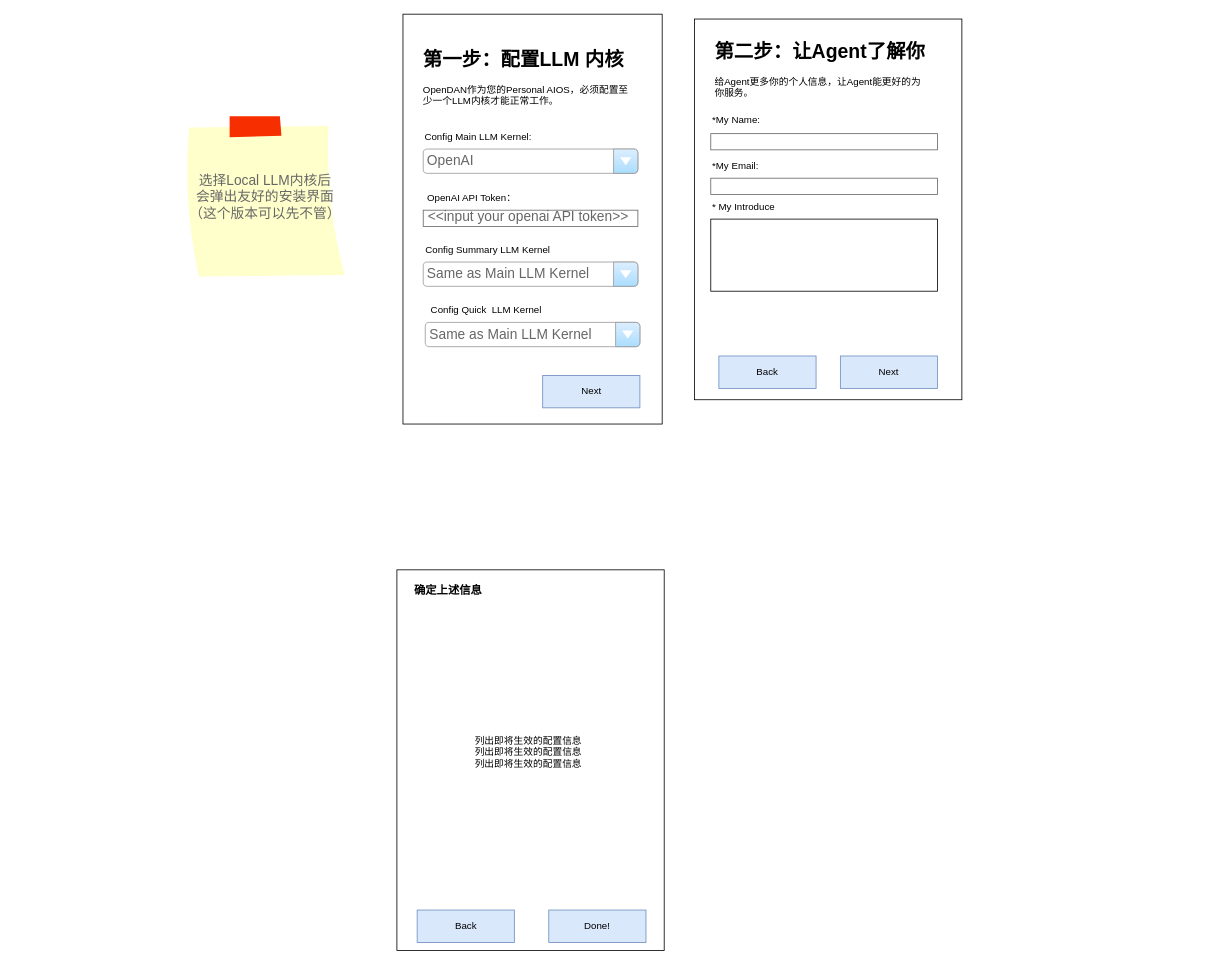
Earlier version of the draw.io diagram page "Active System" (2 of 10) of doc/webui.drawio (fiatrete/OpenDAN-Personal-AI-OS). Source tidied: cells renumbered, new cells numbered last; positions are measured from the earlier drawing's top-left corner, leaving out a move shared by most shapes. Both pictures are drawn from the tidied source at 81%, with x=0, y=0 at pixel (184, 14).
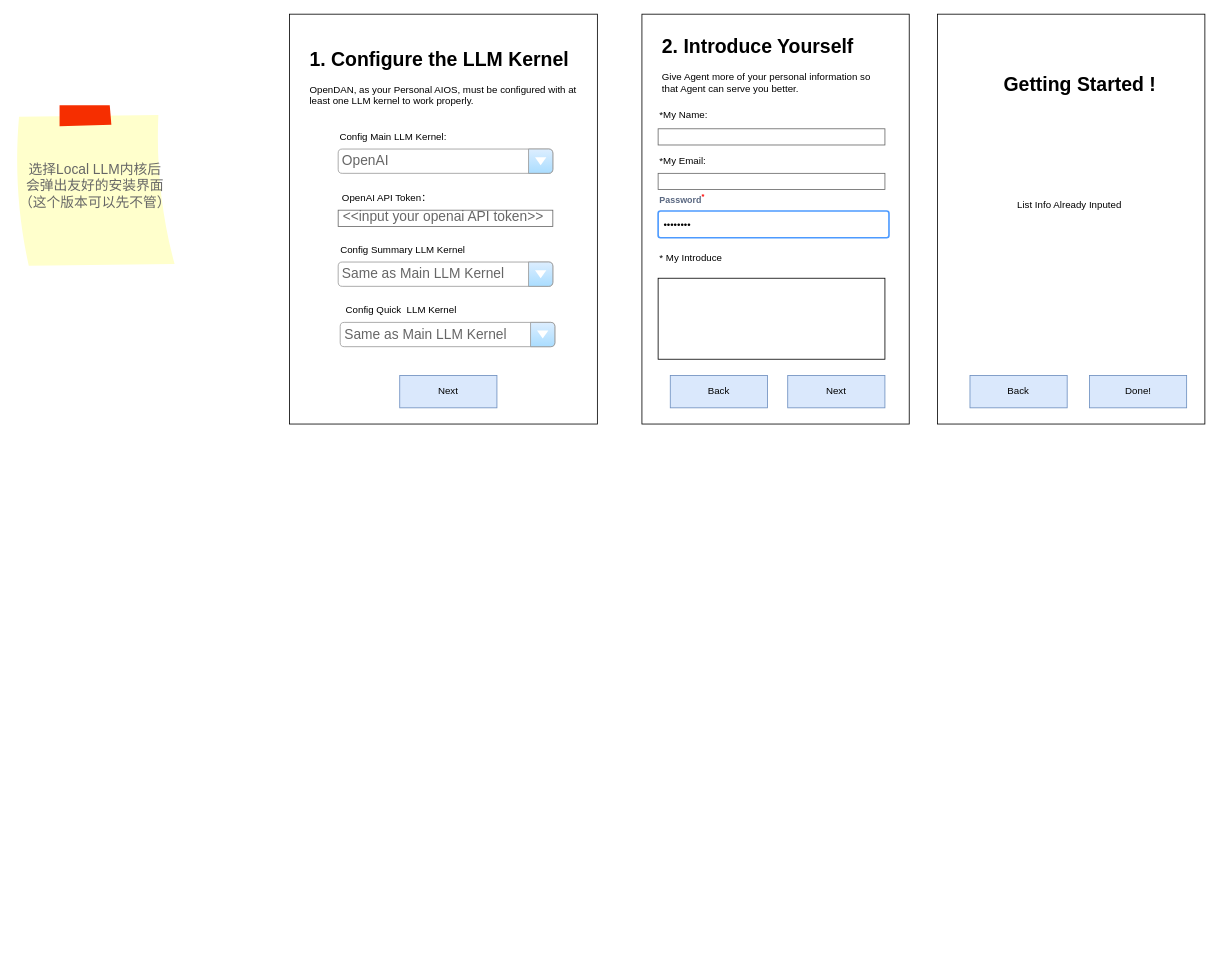
After the change.

Diff of the diagram source:
```diff
@@
     <mxCell id="2" style="rounded=0;whiteSpace=wrap;html=1;" parent="1" vertex="1">
-      <mxGeometry x="630" y="6" width="330" height="470" as="geometry" />
+      <mxGeometry x="565" width="330" height="506" as="geometry" />
     </mxCell>
     <mxCell id="3" value="*My Name:" style="text;html=1;strokeColor=none;fillColor=none;align=left;verticalAlign=middle;whiteSpace=wrap;rounded=0;" parent="1" vertex="1">
-      <mxGeometry x="650" y="116" width="120" height="30" as="geometry" />
+      <mxGeometry x="585" y="110" width="120" height="30" as="geometry" />
     </mxCell>
     <mxCell id="4" style="strokeWidth=1;shadow=0;dashed=0;align=center;html=1;shape=mxgraph.mockup.text.textBox;fontColor=#666666;align=left;fontSize=17;spacingLeft=4;spacingTop=-3;whiteSpace=wrap;strokeColor=#666666;mainText=;" parent="1" vertex="1">
-      <mxGeometry x="650" y="147.5" width="280" height="20" as="geometry" />
+      <mxGeometry x="585" y="141.5" width="280" height="20" as="geometry" />
     </mxCell>
     <mxCell id="5" value="*My Email:" style="text;html=1;strokeColor=none;fillColor=none;align=left;verticalAlign=middle;whiteSpace=wrap;rounded=0;" parent="1" vertex="1">
-      <mxGeometry x="650" y="172.5" width="120" height="30" as="geometry" />
+      <mxGeometry x="585" y="166.5" width="120" height="30" as="geometry" />
     </mxCell>
     <mxCell id="6" style="strokeWidth=1;shadow=0;dashed=0;align=center;html=1;shape=mxgraph.mockup.text.textBox;fontColor=#666666;align=left;fontSize=17;spacingLeft=4;spacingTop=-3;whiteSpace=wrap;strokeColor=#666666;mainText=;" parent="1" vertex="1">
-      <mxGeometry x="650" y="202.5" width="280" height="20" as="geometry" />
+      <mxGeometry x="585" y="196.5" width="280" height="20" as="geometry" />
     </mxCell>
     <mxCell id="7" style="rounded=0;whiteSpace=wrap;html=1;" parent="1" vertex="1">
-      <mxGeometry x="270" width="320" height="506" as="geometry" />
+      <mxGeometry x="130" width="380" height="506" as="geometry" />
     </mxCell>
-    <mxCell id="8" value="&lt;h1&gt;第一步：配置LLM 内核&lt;/h1&gt;&lt;p&gt;OpenDAN作为您的Personal AIOS，必须配置至少一个LLM内核才能正常工作。&lt;/p&gt;" style="text;html=1;strokeColor=none;fillColor=none;spacing=5;spacingTop=-20;whiteSpace=wrap;overflow=hidden;rounded=0;" parent="1" vertex="1">
-      <mxGeometry x="290" y="36" width="270" height="90" as="geometry" />
+    <mxCell id="8" value="&lt;h1&gt;1. Configure the LLM Kernel&lt;/h1&gt;&lt;p&gt;OpenDAN, as your Personal AIOS, must be configured with at least one LLM kernel to work properly.&lt;/p&gt;" style="text;html=1;strokeColor=none;fillColor=none;spacing=5;spacingTop=-20;whiteSpace=wrap;overflow=hidden;rounded=0;" parent="1" vertex="1">
+      <mxGeometry x="150" y="36" width="350" height="90" as="geometry" />
     </mxCell>
     <mxCell id="9" value="Config Main LLM Kernel:" style="text;html=1;strokeColor=none;fillColor=none;align=left;verticalAlign=middle;whiteSpace=wrap;rounded=0;" parent="1" vertex="1">
-      <mxGeometry x="295" y="136.5" width="155" height="30" as="geometry" />
+      <mxGeometry x="190" y="136.5" width="155" height="30" as="geometry" />
     </mxCell>
     <mxCell id="10" value="OpenAI" style="strokeWidth=1;shadow=0;dashed=0;align=center;html=1;shape=mxgraph.mockup.forms.comboBox;strokeColor=#999999;fillColor=#ddeeff;align=left;fillColor2=#aaddff;mainText=;fontColor=#666666;fontSize=17;spacingLeft=3;" parent="1" vertex="1">
-      <mxGeometry x="295" y="166.5" width="265" height="30" as="geometry" />
+      <mxGeometry x="190" y="166.5" width="265" height="30" as="geometry" />
     </mxCell>
     <mxCell id="11" value="OpenAI API Token：" style="text;html=1;strokeColor=none;fillColor=none;align=center;verticalAlign=middle;whiteSpace=wrap;rounded=0;" parent="1" vertex="1">
-      <mxGeometry x="295" y="212" width="120" height="30" as="geometry" />
+      <mxGeometry x="190" y="212" width="120" height="30" as="geometry" />
     </mxCell>
     <mxCell id="12" value="&amp;lt;&amp;lt;input your openai API token&amp;gt;&amp;gt;" style="strokeWidth=1;shadow=0;dashed=0;align=center;html=1;shape=mxgraph.mockup.text.textBox;fontColor=#666666;align=left;fontSize=17;spacingLeft=4;spacingTop=-3;whiteSpace=wrap;strokeColor=#666666;mainText=;" parent="1" vertex="1">
-      <mxGeometry x="295" y="242" width="265" height="20" as="geometry" />
+      <mxGeometry x="190" y="242" width="265" height="20" as="geometry" />
     </mxCell>
     <mxCell id="13" value="Config Summary LLM Kernel" style="text;html=1;strokeColor=none;fillColor=none;align=center;verticalAlign=middle;whiteSpace=wrap;rounded=0;" parent="1" vertex="1">
-      <mxGeometry x="290" y="276" width="170" height="30" as="geometry" />
+      <mxGeometry x="185" y="276" width="170" height="30" as="geometry" />
     </mxCell>
     <mxCell id="14" value="Same as Main LLM Kernel" style="strokeWidth=1;shadow=0;dashed=0;align=center;html=1;shape=mxgraph.mockup.forms.comboBox;strokeColor=#999999;fillColor=#ddeeff;align=left;fillColor2=#aaddff;mainText=;fontColor=#666666;fontSize=17;spacingLeft=3;" parent="1" vertex="1">
-      <mxGeometry x="295" y="306" width="265" height="30" as="geometry" />
+      <mxGeometry x="190" y="306" width="265" height="30" as="geometry" />
     </mxCell>
     <mxCell id="15" value="Config Quick&amp;nbsp; LLM Kernel" style="text;html=1;strokeColor=none;fillColor=none;align=center;verticalAlign=middle;whiteSpace=wrap;rounded=0;" parent="1" vertex="1">
-      <mxGeometry x="287.5" y="350.5" width="170" height="30" as="geometry" />
+      <mxGeometry x="182.5" y="350.5" width="170" height="30" as="geometry" />
     </mxCell>
     <mxCell id="16" value="Same as Main LLM Kernel" style="strokeWidth=1;shadow=0;dashed=0;align=center;html=1;shape=mxgraph.mockup.forms.comboBox;strokeColor=#999999;fillColor=#ddeeff;align=left;fillColor2=#aaddff;mainText=;fontColor=#666666;fontSize=17;spacingLeft=3;" parent="1" vertex="1">
-      <mxGeometry x="297.5" y="380.5" width="265" height="30" as="geometry" />
+      <mxGeometry x="192.5" y="380.5" width="265" height="30" as="geometry" />
     </mxCell>
     <mxCell id="17" value="Next" style="rounded=0;whiteSpace=wrap;html=1;fillColor=#dae8fc;strokeColor=#6c8ebf;" parent="1" vertex="1">
-      <mxGeometry x="442.5" y="446" width="120" height="40" as="geometry" />
+      <mxGeometry x="266" y="446" width="120" height="40" as="geometry" />
     </mxCell>
-    <mxCell id="18" value="&lt;h1&gt;第二步：让Agent了解你&lt;/h1&gt;&lt;p&gt;给Agent更多你的个人信息，让Agent能更好的为你服务。&lt;/p&gt;" style="text;html=1;strokeColor=none;fillColor=none;spacing=5;spacingTop=-20;whiteSpace=wrap;overflow=hidden;rounded=0;" parent="1" vertex="1">
-      <mxGeometry x="650" y="26" width="270" height="90" as="geometry" />
+    <mxCell id="18" value="&lt;h1&gt;2. Introduce Yourself&lt;/h1&gt;&lt;p&gt;Give Agent more of your personal information so that Agent can serve you better.&lt;/p&gt;" style="text;html=1;strokeColor=none;fillColor=none;spacing=5;spacingTop=-20;whiteSpace=wrap;overflow=hidden;rounded=0;" parent="1" vertex="1">
+      <mxGeometry x="585" y="20" width="285" height="90" as="geometry" />
     </mxCell>
     <mxCell id="19" value="* My Introduce" style="text;html=1;strokeColor=none;fillColor=none;align=left;verticalAlign=middle;whiteSpace=wrap;rounded=0;" parent="1" vertex="1">
-      <mxGeometry x="650" y="222.5" width="100" height="30" as="geometry" />
+      <mxGeometry x="585" y="286" width="100" height="30" as="geometry" />
     </mxCell>
     <mxCell id="20" style="rounded=0;whiteSpace=wrap;html=1;" parent="1" vertex="1">
-      <mxGeometry x="650" y="253" width="280" height="89" as="geometry" />
+      <mxGeometry x="585" y="326" width="280" height="100" as="geometry" />
     </mxCell>
     <mxCell id="21" value="Next" style="rounded=0;whiteSpace=wrap;html=1;fillColor=#dae8fc;strokeColor=#6c8ebf;" parent="1" vertex="1">
-      <mxGeometry x="810" y="422" width="120" height="40" as="geometry" />
+      <mxGeometry x="745" y="446" width="120" height="40" as="geometry" />
     </mxCell>
     <mxCell id="22" value="Back" style="rounded=0;whiteSpace=wrap;html=1;fillColor=#dae8fc;strokeColor=#6c8ebf;" parent="1" vertex="1">
-      <mxGeometry x="660" y="422" width="120" height="40" as="geometry" />
+      <mxGeometry x="600" y="446" width="120" height="40" as="geometry" />
     </mxCell>
     <mxCell id="23" style="rounded=0;whiteSpace=wrap;html=1;" parent="1" vertex="1">
-      <mxGeometry x="262.5" y="686" width="330" height="470" as="geometry" />
+      <mxGeometry x="930" width="330" height="506" as="geometry" />
     </mxCell>
     <mxCell id="24" value="Back" style="rounded=0;whiteSpace=wrap;html=1;fillColor=#dae8fc;strokeColor=#6c8ebf;" parent="1" vertex="1">
-      <mxGeometry x="287.5" y="1106" width="120" height="40" as="geometry" />
+      <mxGeometry x="970" y="446" width="120" height="40" as="geometry" />
     </mxCell>
     <mxCell id="25" value="Done!" style="rounded=0;whiteSpace=wrap;html=1;fillColor=#dae8fc;strokeColor=#6c8ebf;" parent="1" vertex="1">
-      <mxGeometry x="450" y="1106" width="120" height="40" as="geometry" />
+      <mxGeometry x="1117.5" y="446" width="120" height="40" as="geometry" />
     </mxCell>
-    <mxCell id="26" value="确定上述信息" style="text;html=1;strokeColor=none;fillColor=none;align=center;verticalAlign=middle;whiteSpace=wrap;rounded=0;fontStyle=1;fontSize=14;" parent="1" vertex="1">
-      <mxGeometry x="280" y="696" width="92" height="30" as="geometry" />
-    </mxCell>
-    <mxCell id="27" value="列出即将生效的配置信息&lt;br&gt;列出即将生效的配置信息&lt;br&gt;列出即将生效的配置信息" style="text;html=1;strokeColor=none;fillColor=none;align=center;verticalAlign=middle;whiteSpace=wrap;rounded=0;" parent="1" vertex="1">
-      <mxGeometry x="280" y="736" width="290" height="350" as="geometry" />
+    <mxCell id="27" value="List Info Already Inputed" style="text;html=1;strokeColor=none;fillColor=none;align=center;verticalAlign=middle;whiteSpace=wrap;rounded=0;" parent="1" vertex="1">
+      <mxGeometry x="947.5" y="136" width="290" height="200" as="geometry" />
     </mxCell>
     <mxCell id="28" value="选择Local LLM内核后&lt;br&gt;会弹出友好的安装界面（这个版本可以先不管）" style="strokeWidth=1;shadow=0;dashed=0;align=center;html=1;shape=mxgraph.mockup.text.stickyNote2;fontColor=#666666;mainText=;fontSize=17;whiteSpace=wrap;fillColor=#ffffcc;strokeColor=#F62E00;" parent="1" vertex="1">
-      <mxGeometry y="126" width="200" height="200" as="geometry" />
+      <mxGeometry x="-210" y="112.5" width="200" height="200" as="geometry" />
     </mxCell>
+    <mxCell id="29" value="&lt;h1&gt;&amp;nbsp; &amp;nbsp; Getting Started !&lt;/h1&gt;" style="text;html=1;strokeColor=none;fillColor=none;spacing=5;spacingTop=-20;whiteSpace=wrap;overflow=hidden;rounded=0;align=center;verticalAlign=middle;" parent="1" vertex="1">
+      <mxGeometry x="950" y="51.5" width="285" height="90" as="geometry" />
+    </mxCell>
+    <mxCell id="30" value="Password&lt;sup&gt;&lt;font color=&quot;#ff0000&quot;&gt;*&lt;/font&gt;&lt;/sup&gt;" style="fillColor=none;strokeColor=none;html=1;fontSize=11;fontStyle=0;align=left;fontColor=#596780;fontStyle=1;fontSize=11;" parent="1" vertex="1">
+      <mxGeometry x="585" y="218" width="240" height="20" as="geometry" />
+    </mxCell>
+    <mxCell id="31" value="&amp;#8226;&amp;#8226;&amp;#8226;&amp;#8226;&amp;#8226;&amp;#8226;&amp;#8226;&amp;#8226;" style="rounded=1;arcSize=9;align=left;spacingLeft=5;strokeColor=#4C9AFF;html=1;strokeWidth=2;fontSize=12;" parent="1" vertex="1">
+      <mxGeometry x="585" y="243" width="285" height="33" as="geometry" />
+    </mxCell>
```
